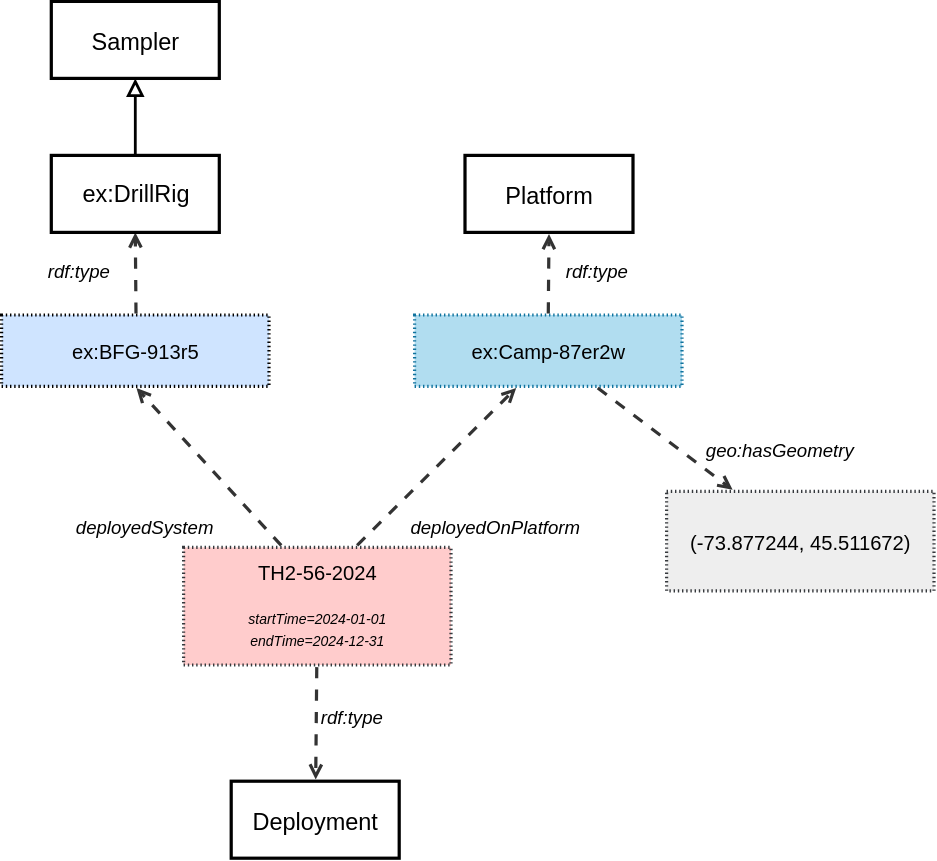
w3c/sdw-sosa-ssn keeps this draw.io diagram as ssn/images/LocatedDeployment.svg. Above is the earlier version. Source tidied: cells renumbered, new cells last; positions are measured from the earlier drawing's top-left corner, leaving out a move shared by most shapes.
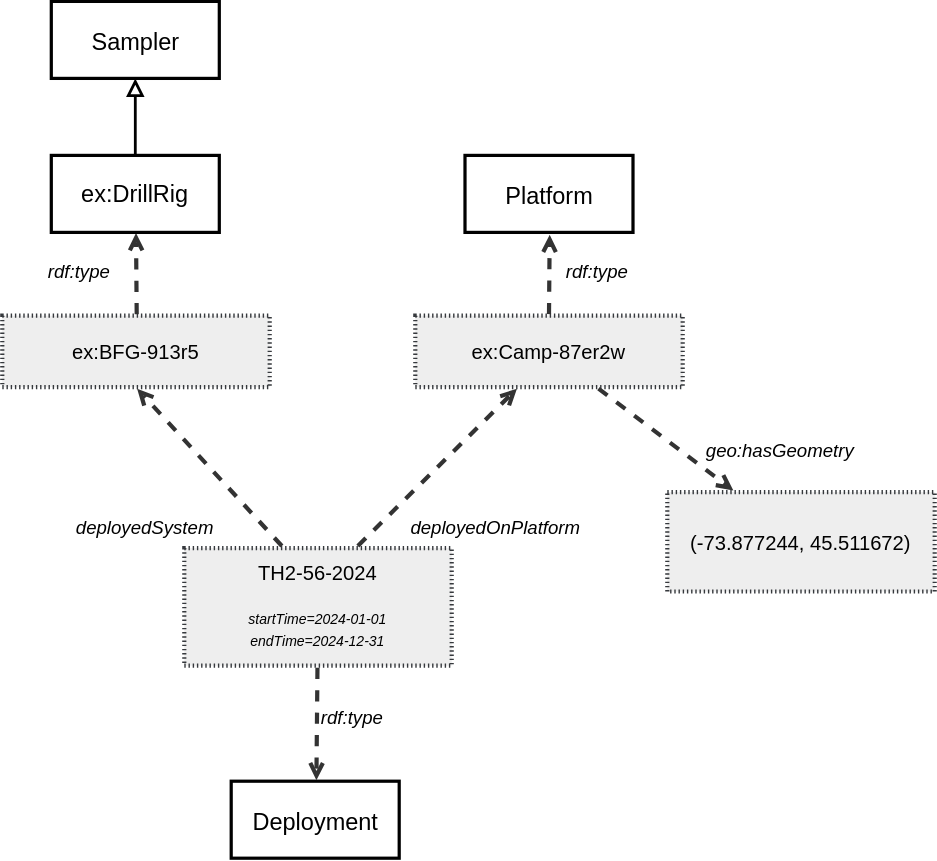
After the commit.

Change to the diagram source:
```diff
@@ -2,18 +2,18 @@
   <root>
     <mxCell id="0" />
     <mxCell id="1" parent="0" />
-    <mxCell id="2" style="html=1;jettySize=18;whiteSpace=wrap;fontSize=13;strokeColor=#333333;strokeOpacity=100;dashed=1;fixDash=1;dashPattern=8 8;strokeWidth=2.3;rounded=0;startArrow=none;endArrow=open;exitX=0.365;exitY=-0.018;exitPerimeter=0;entryX=0.609;entryY=1.022;entryPerimeter=0;lucidId=sctLujutS-8.;fontColor=default;convertToSvg=1;fontFamily=Helvetica;" parent="1" edge="1" source="5">
+    <mxCell id="2" style="html=1;jettySize=18;whiteSpace=wrap;fontSize=13;strokeColor=#333333;strokeOpacity=100;dashed=1;fixDash=1;dashPattern=8 8;strokeWidth=3;rounded=0;startArrow=none;endArrow=open;exitX=0.365;exitY=-0.018;exitPerimeter=0;entryX=0.609;entryY=1.022;entryPerimeter=0;lucidId=sctLujutS-8.;fontColor=default;convertToSvg=1;fontFamily=Helvetica;" parent="1" edge="1" source="5">
       <mxGeometry relative="1" as="geometry">
         <mxPoint x="96.3" y="276.1" as="targetPoint" />
       </mxGeometry>
     </mxCell>
-    <mxCell id="3" style="html=1;jettySize=18;whiteSpace=wrap;fontSize=13;strokeColor=#333333;strokeOpacity=100;dashed=1;fixDash=1;dashPattern=8 8;strokeWidth=2.3;rounded=0;startArrow=none;endArrow=open;exitX=0.649;exitY=-0.018;exitPerimeter=0;entryX=0.38;entryY=1.022;entryPerimeter=0;lucidId=sctLJVu9iMUp;fontColor=default;convertToSvg=1;fontFamily=Helvetica;" parent="1" edge="1" source="5" target="4">
+    <mxCell id="3" style="html=1;jettySize=18;whiteSpace=wrap;fontSize=13;strokeColor=#333333;strokeOpacity=100;dashed=1;fixDash=1;dashPattern=8 8;strokeWidth=3;rounded=0;startArrow=none;endArrow=open;exitX=0.649;exitY=-0.018;exitPerimeter=0;entryX=0.38;entryY=1.022;entryPerimeter=0;lucidId=sctLJVu9iMUp;fontColor=default;convertToSvg=1;fontFamily=Helvetica;" parent="1" edge="1" source="5" target="4">
       <mxGeometry relative="1" as="geometry" />
     </mxCell>
-    <mxCell id="4" value="&lt;span style=&quot;&quot;&gt;ex:Camp-87er2w&lt;/span&gt;" style="html=1;overflow=block;blockSpacing=1;whiteSpace=wrap;fontSize=14.4;fontFamily=Helvetica;align=center;spacing=0;strokeOpacity=100;fillOpacity=100;fillColor=#b1ddf0;dashed=1;fixDash=1;dashPattern=1 2;strokeWidth=2.3;convertToSvg=1;strokeColor=#10739e;" parent="1" vertex="1">
+    <mxCell id="4" value="&lt;span style=&quot;&quot;&gt;ex:Camp-87er2w&lt;/span&gt;" style="html=1;overflow=block;blockSpacing=1;whiteSpace=wrap;fontSize=14.4;fontFamily=Helvetica;align=center;spacing=0;strokeOpacity=100;fillOpacity=100;fillColor=#eeeeee;dashed=1;fixDash=1;dashPattern=1 2;strokeWidth=3;convertToSvg=1;strokeColor=#36393d;" parent="1" vertex="1">
       <mxGeometry x="295" y="224" width="191" height="51" as="geometry" />
     </mxCell>
-    <mxCell id="5" value="&lt;div style=&quot;display: flex; justify-content: center; text-align: center; align-items: baseline; font-size: 0; line-height: 1.25;margin-top: -2px;&quot;&gt;&lt;span&gt;&lt;span style=&quot;font-size: 14.4px;&quot;&gt;&lt;font&gt;TH2-56-2024&lt;br&gt;&lt;/font&gt;&lt;/span&gt;&lt;/span&gt;&lt;/div&gt;&lt;div style=&quot;display: flex; justify-content: center; text-align: center; align-items: baseline; font-size: 0; line-height: 1.25;margin-top: -2px;&quot;&gt;&lt;span&gt;&lt;span style=&quot;font-size: 13px;&quot;&gt;&lt;span style=&quot;font-size: 10px; font-style: italic;&quot;&gt;&lt;font style=&quot;line-height: 105%;&quot;&gt;startTime=2024-01-01&lt;br&gt;endTime=2024-12-31&lt;/font&gt;&lt;/span&gt;&lt;/span&gt;&lt;/span&gt;&lt;/div&gt;" style="align=center;whiteSpace=wrap;overflow=block;blockSpacing=1;html=1;fontFamily=Helvetica;fontSize=13;spacing=0;strokeOpacity=100;fillOpacity=100;fillColor=#ffcccc;dashed=1;fixDash=1;dashPattern=1 2;strokeWidth=2.3;strokeColor=#36393d;convertToSvg=1;" parent="1" vertex="1">
+    <mxCell id="5" value="&lt;div style=&quot;display: flex; justify-content: center; text-align: center; align-items: baseline; font-size: 0; line-height: 1.25;margin-top: -2px;&quot;&gt;&lt;span&gt;&lt;span style=&quot;font-size: 14.4px;&quot;&gt;&lt;font&gt;TH2-56-2024&lt;br&gt;&lt;/font&gt;&lt;/span&gt;&lt;/span&gt;&lt;/div&gt;&lt;div style=&quot;display: flex; justify-content: center; text-align: center; align-items: baseline; font-size: 0; line-height: 1.25;margin-top: -2px;&quot;&gt;&lt;span&gt;&lt;span style=&quot;font-size: 13px;&quot;&gt;&lt;span style=&quot;font-size: 10px; font-style: italic;&quot;&gt;&lt;font style=&quot;line-height: 105%;&quot;&gt;startTime=2024-01-01&lt;br&gt;endTime=2024-12-31&lt;/font&gt;&lt;/span&gt;&lt;/span&gt;&lt;/span&gt;&lt;/div&gt;" style="align=center;whiteSpace=wrap;overflow=block;blockSpacing=1;html=1;fontFamily=Helvetica;fontSize=13;spacing=0;strokeOpacity=100;fillOpacity=100;fillColor=#eeeeee;dashed=1;fixDash=1;dashPattern=1 2;strokeWidth=3;strokeColor=#36393d;convertToSvg=1;" parent="1" vertex="1">
       <mxGeometry x="130" y="390" width="191" height="84" as="geometry" />
     </mxCell>
     <mxCell id="6" value="Platform" style="html=1;overflow=block;blockSpacing=1;whiteSpace=wrap;fontSize=16.8;fontColor=default;fontStyle=0;align=center;spacing=0;strokeOpacity=100;fillOpacity=0;fillColor=#000000;strokeWidth=2.3;convertToSvg=1;fontFamily=Helvetica;" parent="1" vertex="1">
@@ -28,28 +28,28 @@
     <mxCell id="9" value="deployedOnPlatform" style="html=1;overflow=block;blockSpacing=1;whiteSpace=wrap;fontSize=13.3;fontStyle=2;align=left;spacing=3.8;verticalAlign=top;strokeColor=none;fillOpacity=0;fillColor=#ffffff;dashed=1;fixDash=1;dashPattern=16 6;strokeWidth=0;lucidId=YStLV_qkxyaw;fontColor=default;convertToSvg=1;fontFamily=Helvetica;" parent="1" vertex="1">
       <mxGeometry x="289" y="365" width="186" height="24" as="geometry" />
     </mxCell>
-    <mxCell id="10" style="html=1;jettySize=18;whiteSpace=wrap;fontSize=13;strokeColor=#333333;strokeOpacity=100;dashed=1;fixDash=1;dashPattern=8 8;strokeWidth=2.3;rounded=0;startArrow=none;endArrow=open;exitX=0.498;exitY=1.018;exitPerimeter=0;entryX=0.503;entryY=-0.021;entryPerimeter=0;lucidId=oTtLk.k-bgJs;fontColor=default;convertToSvg=1;fontFamily=Helvetica;" parent="1" edge="1" source="5" target="7">
+    <mxCell id="10" style="html=1;jettySize=18;whiteSpace=wrap;fontSize=13;strokeColor=#333333;strokeOpacity=100;dashed=1;fixDash=1;dashPattern=8 8;strokeWidth=3;rounded=0;startArrow=none;endArrow=open;exitX=0.498;exitY=1.018;exitPerimeter=0;entryX=0.503;entryY=-0.021;entryPerimeter=0;lucidId=oTtLk.k-bgJs;fontColor=default;convertToSvg=1;fontFamily=Helvetica;" parent="1" edge="1" source="5" target="7">
       <mxGeometry relative="1" as="geometry" />
     </mxCell>
     <mxCell id="11" value="rdf:type" style="html=1;overflow=block;blockSpacing=1;whiteSpace=wrap;fontSize=13.3;fontStyle=2;align=left;spacing=3.8;verticalAlign=top;strokeColor=none;fillOpacity=0;fillColor=#ffffff;dashed=1;fixDash=1;dashPattern=16 6;strokeWidth=0;lucidId=PTtLEa9msLEy;fontColor=default;convertToSvg=1;fontFamily=Helvetica;" parent="1" vertex="1">
       <mxGeometry x="400" y="182" width="70" height="28" as="geometry" />
     </mxCell>
-    <mxCell id="12" style="html=1;jettySize=18;whiteSpace=wrap;fontSize=13;strokeColor=#333333;strokeOpacity=100;dashed=1;fixDash=1;dashPattern=8 8;strokeWidth=2.3;rounded=0;startArrow=none;endArrow=open;exitX=0.5;exitY=-0.022;exitPerimeter=0;entryX=0.5;entryY=1.021;entryPerimeter=0;lucidId=-TtLfdlv07Q4;fontColor=default;convertToSvg=1;fontFamily=Helvetica;" parent="1" edge="1" source="4" target="6">
+    <mxCell id="12" style="html=1;jettySize=18;whiteSpace=wrap;fontSize=13;strokeColor=#333333;strokeOpacity=100;dashed=1;fixDash=1;dashPattern=8 8;strokeWidth=3;rounded=0;startArrow=none;endArrow=open;exitX=0.5;exitY=-0.022;exitPerimeter=0;entryX=0.5;entryY=1.021;entryPerimeter=0;lucidId=-TtLfdlv07Q4;fontColor=default;convertToSvg=1;fontFamily=Helvetica;" parent="1" edge="1" source="4" target="6">
       <mxGeometry relative="1" as="geometry" />
     </mxCell>
     <mxCell id="13" value="rdf:type" style="html=1;overflow=block;blockSpacing=1;whiteSpace=wrap;fontSize=13.3;fontStyle=2;align=left;spacing=3.8;verticalAlign=top;strokeColor=none;fillOpacity=0;fillColor=#ffffff;dashed=1;fixDash=1;dashPattern=16 6;strokeWidth=0;lucidId=IUtLrM7hSAFz;fontColor=default;convertToSvg=1;fontFamily=Helvetica;" parent="1" vertex="1">
       <mxGeometry x="225" y="501" width="70" height="28" as="geometry" />
     </mxCell>
-    <mxCell id="14" value="&lt;font&gt;(-73.877244, 45.511672)&lt;/font&gt;" style="points=[[0.247,-0.016,0]];html=1;overflow=block;blockSpacing=1;whiteSpace=wrap;fontSize=14.4;fontFamily=Helvetica;align=center;spacing=0;strokeOpacity=100;fillOpacity=100;fillColor=#eeeeee;dashed=1;fixDash=1;dashPattern=1 2;strokeWidth=2.3;convertToSvg=1;strokeColor=#36393d;" parent="1" vertex="1">
+    <mxCell id="14" value="&lt;font&gt;(-73.877244, 45.511672)&lt;/font&gt;" style="points=[[0.247,-0.016,0]];html=1;overflow=block;blockSpacing=1;whiteSpace=wrap;fontSize=14.4;fontFamily=Helvetica;align=center;spacing=0;strokeOpacity=100;fillOpacity=100;fillColor=#eeeeee;dashed=1;fixDash=1;dashPattern=1 2;strokeWidth=3;convertToSvg=1;strokeColor=#36393d;" parent="1" vertex="1">
       <mxGeometry x="475" y="350" width="191" height="71" as="geometry" />
     </mxCell>
-    <mxCell id="15" style="html=1;jettySize=18;whiteSpace=wrap;fontSize=13;strokeColor=#333333;strokeOpacity=100;dashed=1;fixDash=1;dashPattern=8 8;strokeWidth=2.3;rounded=0;startArrow=none;endArrow=open;exitX=0.685;exitY=1.022;exitPerimeter=0;entryX=0.247;entryY=-0.016;entryPerimeter=0;lucidId=ZYtLhyIyaS8z;fontColor=default;convertToSvg=1;fontFamily=Helvetica;" parent="1" edge="1" source="4" target="14">
+    <mxCell id="15" style="html=1;jettySize=18;whiteSpace=wrap;fontSize=13;strokeColor=#333333;strokeOpacity=100;dashed=1;fixDash=1;dashPattern=8 8;strokeWidth=3;rounded=0;startArrow=none;endArrow=open;exitX=0.685;exitY=1.022;exitPerimeter=0;entryX=0.247;entryY=-0.016;entryPerimeter=0;lucidId=ZYtLhyIyaS8z;fontColor=default;convertToSvg=1;fontFamily=Helvetica;" parent="1" edge="1" source="4" target="14">
       <mxGeometry relative="1" as="geometry" />
     </mxCell>
     <mxCell id="16" value="geo:hasGeometry" style="html=1;overflow=block;blockSpacing=1;whiteSpace=wrap;fontSize=13.3;fontStyle=2;align=left;spacing=3.8;verticalAlign=top;strokeColor=none;fillOpacity=0;fillColor=#ffffff;dashed=1;fixDash=1;dashPattern=16 6;strokeWidth=0;lucidId=.YtLANzjclbX;fontColor=default;convertToSvg=1;fontFamily=Helvetica;" parent="1" vertex="1">
       <mxGeometry x="500" y="310" width="101" height="24" as="geometry" />
     </mxCell>
-    <mxCell id="17" value="&lt;font&gt;ex:BFG-913r5&lt;/font&gt;" style="html=1;overflow=block;blockSpacing=1;whiteSpace=wrap;fontSize=14.4;fontFamily=Helvetica;fontColor=default;align=center;spacing=0;strokeOpacity=100;fillOpacity=100;fillColor=#cfe4ff;dashed=1;fixDash=1;dashPattern=1 2;strokeWidth=2.3;convertToSvg=1;" parent="1" vertex="1">
+    <mxCell id="17" value="&lt;font&gt;ex:BFG-913r5&lt;/font&gt;" style="html=1;overflow=block;blockSpacing=1;whiteSpace=wrap;fontSize=14.4;fontFamily=Helvetica;align=center;spacing=0;strokeOpacity=100;fillOpacity=100;fillColor=#eeeeee;dashed=1;fixDash=1;dashPattern=1 2;strokeWidth=3;convertToSvg=1;strokeColor=#36393d;" parent="1" vertex="1">
       <mxGeometry y="224" width="191" height="51" as="geometry" />
     </mxCell>
     <mxCell id="18" value="Sampler" style="html=1;overflow=block;blockSpacing=1;whiteSpace=wrap;fontSize=16.8;fontColor=default;fontStyle=0;align=center;spacing=0;strokeOpacity=100;fillOpacity=0;fillColor=#000000;strokeWidth=2.3;convertToSvg=1;fontFamily=Helvetica;" parent="1" vertex="1">
@@ -58,7 +58,7 @@
     <mxCell id="19" value="rdf:type" style="html=1;overflow=block;blockSpacing=1;whiteSpace=wrap;fontSize=13.3;fontStyle=2;align=left;spacing=3.8;verticalAlign=top;strokeColor=none;fillOpacity=0;fillColor=#ffffff;dashed=1;fixDash=1;dashPattern=16 6;strokeWidth=0;lucidId=0ZtLoD1I2n68;fontColor=default;convertToSvg=1;fontFamily=Helvetica;" parent="1" vertex="1">
       <mxGeometry x="30" y="182" width="70" height="28" as="geometry" />
     </mxCell>
-    <mxCell id="20" style="html=1;jettySize=18;whiteSpace=wrap;fontSize=13;strokeColor=#333333;strokeOpacity=100;dashed=1;fixDash=1;dashPattern=8 8;strokeWidth=2.3;rounded=0;startArrow=none;endArrow=open;entryX=0.5;entryY=1;lucidId=0ZtLjH5MFli1;entryDx=0;entryDy=0;fontColor=default;convertToSvg=1;fontFamily=Helvetica;" parent="1" edge="1" target="22">
+    <mxCell id="20" style="html=1;jettySize=18;whiteSpace=wrap;fontSize=13;strokeColor=#333333;strokeOpacity=100;dashed=1;fixDash=1;dashPattern=8 8;strokeWidth=3;rounded=0;startArrow=none;endArrow=open;entryX=0.5;entryY=1;lucidId=0ZtLjH5MFli1;entryDx=0;entryDy=0;fontColor=default;convertToSvg=1;fontFamily=Helvetica;" parent="1" edge="1" target="22">
       <mxGeometry relative="1" as="geometry">
         <mxPoint x="96" y="223" as="sourcePoint" />
       </mxGeometry>
```
